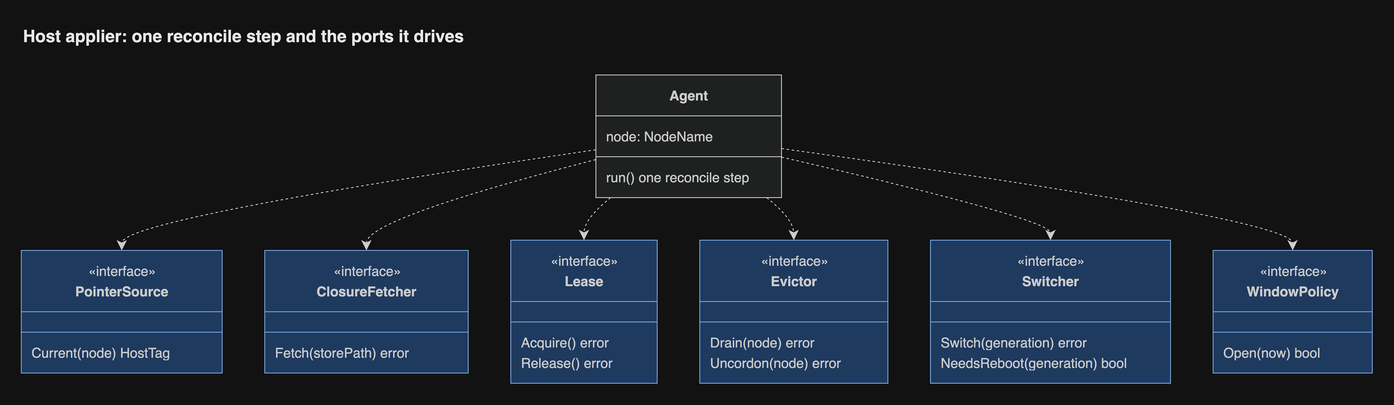
Above: docs/diagrams/png/host-applier.png in JorisJonkers-dev/estate-kit (draw.io), before the change. Source tidied: cells renumbered, new cells last; positions are measured from the earlier drawing's top-left corner, leaving out a move shared by most shapes.
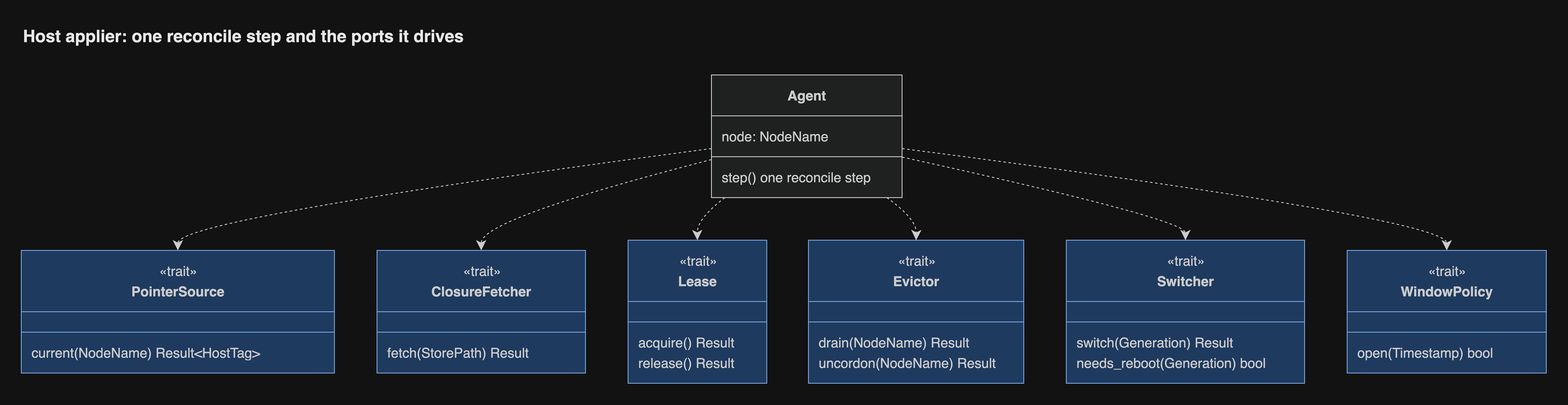
Above is the later version.

What changed in the source:
```diff
@@ -3,142 +3,142 @@
     <mxCell id="0" />
     <mxCell id="1" parent="0" />
     <mxCell id="2" value="&lt;b&gt;Agent&lt;/b&gt;" style="swimlane;html=1;fontStyle=1;fontSize=16;align=center;verticalAlign=middle;horizontal=1;startSize=48;swimlaneFillColor=light-dark(#ECECFF,#1f2020);whiteSpace=wrap;fillColor=light-dark(#ECECFF,#1f2020);strokeColor=light-dark(#9370DB,#cccccc);fontColor=light-dark(#333333,#cccccc);fontFamily=Helvetica;" parent="1" vertex="1">
-      <mxGeometry x="675" y="64" width="218" height="144" as="geometry" />
+      <mxGeometry x="811" y="64" width="224" height="144" as="geometry" />
     </mxCell>
     <mxCell id="3" value="node: NodeName" style="text;fontSize=16;strokeColor=none;fillColor=none;align=left;verticalAlign=middle;spacingLeft=10;spacingRight=12;spacingBottom=2;overflow=hidden;fontColor=light-dark(#333333,#cccccc);fontFamily=Helvetica;" parent="2" vertex="1">
-      <mxGeometry y="60" width="218" height="24" as="geometry" />
+      <mxGeometry y="60" width="224" height="24" as="geometry" />
     </mxCell>
     <mxCell id="4" style="line;strokeWidth=1;fillColor=none;spacingLeft=3;spacingRight=3;strokeColor=inherit;fontFamily=Helvetica;" parent="2" vertex="1">
-      <mxGeometry y="84" width="218" height="24" as="geometry" />
+      <mxGeometry y="84" width="224" height="24" as="geometry" />
     </mxCell>
-    <mxCell id="5" value="run() one reconcile step" style="text;fontSize=16;strokeColor=none;fillColor=none;align=left;verticalAlign=middle;spacingLeft=10;spacingRight=12;spacingBottom=2;overflow=hidden;fontColor=light-dark(#333333,#cccccc);fontFamily=Helvetica;" parent="2" vertex="1">
-      <mxGeometry y="108" width="218" height="24" as="geometry" />
+    <mxCell id="5" value="step() one reconcile step" style="text;fontSize=16;strokeColor=none;fillColor=none;align=left;verticalAlign=middle;spacingLeft=10;spacingRight=12;spacingBottom=2;overflow=hidden;fontColor=light-dark(#333333,#cccccc);fontFamily=Helvetica;" parent="2" vertex="1">
+      <mxGeometry y="108" width="224" height="24" as="geometry" />
     </mxCell>
     <mxCell id="6" value="&lt;b&gt;PointerSource&lt;/b&gt;" style="swimlane;html=1;fontStyle=1;fontSize=16;align=center;verticalAlign=middle;horizontal=1;startSize=72;swimlaneFillColor=light-dark(#dae8fc,#1f3a5f);whiteSpace=wrap;spacingTop=24;fillColor=light-dark(#dae8fc,#1f3a5f);strokeColor=light-dark(#6c8ebf,#7aa7e0);fontColor=light-dark(#333333,#cccccc);fontFamily=Helvetica;" parent="1" vertex="1">
-      <mxGeometry y="270" width="236" height="144" as="geometry" />
+      <mxGeometry y="270" width="368" height="144" as="geometry" />
     </mxCell>
-    <mxCell id="7" value="«interface»" style="text;html=1;strokeColor=none;fillColor=none;align=center;verticalAlign=middle;fontSize=16;fontColor=light-dark(#333333,#cccccc);fontFamily=Helvetica;" parent="6" vertex="1">
-      <mxGeometry y="12" width="236" height="24" as="geometry" />
+    <mxCell id="7" value="«trait»" style="text;html=1;strokeColor=none;fillColor=none;align=center;verticalAlign=middle;fontSize=16;fontColor=light-dark(#333333,#cccccc);fontFamily=Helvetica;" parent="6" vertex="1">
+      <mxGeometry y="12" width="368" height="24" as="geometry" />
     </mxCell>
     <mxCell id="8" style="line;strokeWidth=1;fillColor=none;spacingLeft=3;spacingRight=3;strokeColor=inherit;fontFamily=Helvetica;" parent="6" vertex="1">
-      <mxGeometry y="84" width="236" height="24" as="geometry" />
+      <mxGeometry y="84" width="368" height="24" as="geometry" />
     </mxCell>
-    <mxCell id="9" value="Current(node) HostTag" style="text;fontSize=16;strokeColor=none;fillColor=none;align=left;verticalAlign=middle;spacingLeft=10;spacingRight=12;spacingBottom=2;overflow=hidden;fontColor=light-dark(#333333,#cccccc);fontFamily=Helvetica;" parent="6" vertex="1">
-      <mxGeometry y="108" width="236" height="24" as="geometry" />
+    <mxCell id="9" value="current(NodeName) Result&lt;HostTag&gt;" style="text;fontSize=16;strokeColor=none;fillColor=none;align=left;verticalAlign=middle;spacingLeft=10;spacingRight=12;spacingBottom=2;overflow=hidden;fontColor=light-dark(#333333,#cccccc);fontFamily=Helvetica;" parent="6" vertex="1">
+      <mxGeometry y="108" width="368" height="24" as="geometry" />
     </mxCell>
     <mxCell id="10" value="&lt;b&gt;ClosureFetcher&lt;/b&gt;" style="swimlane;html=1;fontStyle=1;fontSize=16;align=center;verticalAlign=middle;horizontal=1;startSize=72;swimlaneFillColor=light-dark(#dae8fc,#1f3a5f);whiteSpace=wrap;spacingTop=24;fillColor=light-dark(#dae8fc,#1f3a5f);strokeColor=light-dark(#6c8ebf,#7aa7e0);fontColor=light-dark(#333333,#cccccc);fontFamily=Helvetica;" parent="1" vertex="1">
-      <mxGeometry x="286" y="270" width="239" height="144" as="geometry" />
+      <mxGeometry x="418" y="270" width="245" height="144" as="geometry" />
     </mxCell>
-    <mxCell id="11" value="«interface»" style="text;html=1;strokeColor=none;fillColor=none;align=center;verticalAlign=middle;fontSize=16;fontColor=light-dark(#333333,#cccccc);fontFamily=Helvetica;" parent="10" vertex="1">
-      <mxGeometry y="12" width="239" height="24" as="geometry" />
+    <mxCell id="11" value="«trait»" style="text;html=1;strokeColor=none;fillColor=none;align=center;verticalAlign=middle;fontSize=16;fontColor=light-dark(#333333,#cccccc);fontFamily=Helvetica;" parent="10" vertex="1">
+      <mxGeometry y="12" width="245" height="24" as="geometry" />
     </mxCell>
     <mxCell id="12" style="line;strokeWidth=1;fillColor=none;spacingLeft=3;spacingRight=3;strokeColor=inherit;fontFamily=Helvetica;" parent="10" vertex="1">
-      <mxGeometry y="84" width="239" height="24" as="geometry" />
+      <mxGeometry y="84" width="245" height="24" as="geometry" />
     </mxCell>
-    <mxCell id="13" value="Fetch(storePath) error" style="text;fontSize=16;strokeColor=none;fillColor=none;align=left;verticalAlign=middle;spacingLeft=10;spacingRight=12;spacingBottom=2;overflow=hidden;fontColor=light-dark(#333333,#cccccc);fontFamily=Helvetica;" parent="10" vertex="1">
-      <mxGeometry y="108" width="239" height="24" as="geometry" />
+    <mxCell id="13" value="fetch(StorePath) Result" style="text;fontSize=16;strokeColor=none;fillColor=none;align=left;verticalAlign=middle;spacingLeft=10;spacingRight=12;spacingBottom=2;overflow=hidden;fontColor=light-dark(#333333,#cccccc);fontFamily=Helvetica;" parent="10" vertex="1">
+      <mxGeometry y="108" width="245" height="24" as="geometry" />
     </mxCell>
     <mxCell id="14" value="&lt;b&gt;Lease&lt;/b&gt;" style="swimlane;html=1;fontStyle=1;fontSize=16;align=center;verticalAlign=middle;horizontal=1;startSize=72;swimlaneFillColor=light-dark(#dae8fc,#1f3a5f);whiteSpace=wrap;spacingTop=24;fillColor=light-dark(#dae8fc,#1f3a5f);strokeColor=light-dark(#6c8ebf,#7aa7e0);fontColor=light-dark(#333333,#cccccc);fontFamily=Helvetica;" parent="1" vertex="1">
-      <mxGeometry x="575" y="258" width="172" height="168" as="geometry" />
+      <mxGeometry x="713" y="258" width="163" height="168" as="geometry" />
     </mxCell>
-    <mxCell id="15" value="«interface»" style="text;html=1;strokeColor=none;fillColor=none;align=center;verticalAlign=middle;fontSize=16;fontColor=light-dark(#333333,#cccccc);fontFamily=Helvetica;" parent="14" vertex="1">
-      <mxGeometry y="12" width="172" height="24" as="geometry" />
+    <mxCell id="15" value="«trait»" style="text;html=1;strokeColor=none;fillColor=none;align=center;verticalAlign=middle;fontSize=16;fontColor=light-dark(#333333,#cccccc);fontFamily=Helvetica;" parent="14" vertex="1">
+      <mxGeometry y="12" width="163" height="24" as="geometry" />
     </mxCell>
     <mxCell id="16" style="line;strokeWidth=1;fillColor=none;spacingLeft=3;spacingRight=3;strokeColor=inherit;fontFamily=Helvetica;" parent="14" vertex="1">
-      <mxGeometry y="84" width="172" height="24" as="geometry" />
+      <mxGeometry y="84" width="163" height="24" as="geometry" />
     </mxCell>
-    <mxCell id="17" value="Acquire() error" style="text;fontSize=16;strokeColor=none;fillColor=none;align=left;verticalAlign=middle;spacingLeft=10;spacingRight=12;spacingBottom=2;overflow=hidden;fontColor=light-dark(#333333,#cccccc);fontFamily=Helvetica;" parent="14" vertex="1">
-      <mxGeometry y="108" width="172" height="24" as="geometry" />
+    <mxCell id="17" value="acquire() Result" style="text;fontSize=16;strokeColor=none;fillColor=none;align=left;verticalAlign=middle;spacingLeft=10;spacingRight=12;spacingBottom=2;overflow=hidden;fontColor=light-dark(#333333,#cccccc);fontFamily=Helvetica;" parent="14" vertex="1">
+      <mxGeometry y="108" width="163" height="24" as="geometry" />
     </mxCell>
-    <mxCell id="18" value="Release() error" style="text;fontSize=16;strokeColor=none;fillColor=none;align=left;verticalAlign=middle;spacingLeft=10;spacingRight=12;spacingBottom=2;overflow=hidden;fontColor=light-dark(#333333,#cccccc);fontFamily=Helvetica;" parent="14" vertex="1">
-      <mxGeometry y="132" width="172" height="24" as="geometry" />
+    <mxCell id="18" value="release() Result" style="text;fontSize=16;strokeColor=none;fillColor=none;align=left;verticalAlign=middle;spacingLeft=10;spacingRight=12;spacingBottom=2;overflow=hidden;fontColor=light-dark(#333333,#cccccc);fontFamily=Helvetica;" parent="14" vertex="1">
+      <mxGeometry y="132" width="163" height="24" as="geometry" />
     </mxCell>
     <mxCell id="19" value="&lt;b&gt;Evictor&lt;/b&gt;" style="swimlane;html=1;fontStyle=1;fontSize=16;align=center;verticalAlign=middle;horizontal=1;startSize=72;swimlaneFillColor=light-dark(#dae8fc,#1f3a5f);whiteSpace=wrap;spacingTop=24;fillColor=light-dark(#dae8fc,#1f3a5f);strokeColor=light-dark(#6c8ebf,#7aa7e0);fontColor=light-dark(#333333,#cccccc);fontFamily=Helvetica;" parent="1" vertex="1">
-      <mxGeometry x="797" y="258" width="221" height="168" as="geometry" />
+      <mxGeometry x="925" y="258" width="253" height="168" as="geometry" />
     </mxCell>
-    <mxCell id="20" value="«interface»" style="text;html=1;strokeColor=none;fillColor=none;align=center;verticalAlign=middle;fontSize=16;fontColor=light-dark(#333333,#cccccc);fontFamily=Helvetica;" parent="19" vertex="1">
-      <mxGeometry y="12" width="221" height="24" as="geometry" />
+    <mxCell id="20" value="«trait»" style="text;html=1;strokeColor=none;fillColor=none;align=center;verticalAlign=middle;fontSize=16;fontColor=light-dark(#333333,#cccccc);fontFamily=Helvetica;" parent="19" vertex="1">
+      <mxGeometry y="12" width="253" height="24" as="geometry" />
     </mxCell>
     <mxCell id="21" style="line;strokeWidth=1;fillColor=none;spacingLeft=3;spacingRight=3;strokeColor=inherit;fontFamily=Helvetica;" parent="19" vertex="1">
-      <mxGeometry y="84" width="221" height="24" as="geometry" />
+      <mxGeometry y="84" width="253" height="24" as="geometry" />
     </mxCell>
-    <mxCell id="22" value="Drain(node) error" style="text;fontSize=16;strokeColor=none;fillColor=none;align=left;verticalAlign=middle;spacingLeft=10;spacingRight=12;spacingBottom=2;overflow=hidden;fontColor=light-dark(#333333,#cccccc);fontFamily=Helvetica;" parent="19" vertex="1">
-      <mxGeometry y="108" width="221" height="24" as="geometry" />
+    <mxCell id="22" value="drain(NodeName) Result" style="text;fontSize=16;strokeColor=none;fillColor=none;align=left;verticalAlign=middle;spacingLeft=10;spacingRight=12;spacingBottom=2;overflow=hidden;fontColor=light-dark(#333333,#cccccc);fontFamily=Helvetica;" parent="19" vertex="1">
+      <mxGeometry y="108" width="253" height="24" as="geometry" />
     </mxCell>
-    <mxCell id="23" value="Uncordon(node) error" style="text;fontSize=16;strokeColor=none;fillColor=none;align=left;verticalAlign=middle;spacingLeft=10;spacingRight=12;spacingBottom=2;overflow=hidden;fontColor=light-dark(#333333,#cccccc);fontFamily=Helvetica;" parent="19" vertex="1">
-      <mxGeometry y="132" width="221" height="24" as="geometry" />
+    <mxCell id="23" value="uncordon(NodeName) Result" style="text;fontSize=16;strokeColor=none;fillColor=none;align=left;verticalAlign=middle;spacingLeft=10;spacingRight=12;spacingBottom=2;overflow=hidden;fontColor=light-dark(#333333,#cccccc);fontFamily=Helvetica;" parent="19" vertex="1">
+      <mxGeometry y="132" width="253" height="24" as="geometry" />
     </mxCell>
     <mxCell id="24" value="&lt;b&gt;Switcher&lt;/b&gt;" style="swimlane;html=1;fontStyle=1;fontSize=16;align=center;verticalAlign=middle;horizontal=1;startSize=72;swimlaneFillColor=light-dark(#dae8fc,#1f3a5f);whiteSpace=wrap;spacingTop=24;fillColor=light-dark(#dae8fc,#1f3a5f);strokeColor=light-dark(#6c8ebf,#7aa7e0);fontColor=light-dark(#333333,#cccccc);fontFamily=Helvetica;" parent="1" vertex="1">
-      <mxGeometry x="1068" y="258" width="282" height="168" as="geometry" />
+      <mxGeometry x="1228" y="258" width="280" height="168" as="geometry" />
     </mxCell>
-    <mxCell id="25" value="«interface»" style="text;html=1;strokeColor=none;fillColor=none;align=center;verticalAlign=middle;fontSize=16;fontColor=light-dark(#333333,#cccccc);fontFamily=Helvetica;" parent="24" vertex="1">
-      <mxGeometry y="12" width="282" height="24" as="geometry" />
+    <mxCell id="25" value="«trait»" style="text;html=1;strokeColor=none;fillColor=none;align=center;verticalAlign=middle;fontSize=16;fontColor=light-dark(#333333,#cccccc);fontFamily=Helvetica;" parent="24" vertex="1">
+      <mxGeometry y="12" width="280" height="24" as="geometry" />
     </mxCell>
     <mxCell id="26" style="line;strokeWidth=1;fillColor=none;spacingLeft=3;spacingRight=3;strokeColor=inherit;fontFamily=Helvetica;" parent="24" vertex="1">
-      <mxGeometry y="84" width="282" height="24" as="geometry" />
+      <mxGeometry y="84" width="280" height="24" as="geometry" />
     </mxCell>
-    <mxCell id="27" value="Switch(generation) error" style="text;fontSize=16;strokeColor=none;fillColor=none;align=left;verticalAlign=middle;spacingLeft=10;spacingRight=12;spacingBottom=2;overflow=hidden;fontColor=light-dark(#333333,#cccccc);fontFamily=Helvetica;" parent="24" vertex="1">
-      <mxGeometry y="108" width="282" height="24" as="geometry" />
+    <mxCell id="27" value="switch(Generation) Result" style="text;fontSize=16;strokeColor=none;fillColor=none;align=left;verticalAlign=middle;spacingLeft=10;spacingRight=12;spacingBottom=2;overflow=hidden;fontColor=light-dark(#333333,#cccccc);fontFamily=Helvetica;" parent="24" vertex="1">
+      <mxGeometry y="108" width="280" height="24" as="geometry" />
     </mxCell>
-    <mxCell id="28" value="NeedsReboot(generation) bool" style="text;fontSize=16;strokeColor=none;fillColor=none;align=left;verticalAlign=middle;spacingLeft=10;spacingRight=12;spacingBottom=2;overflow=hidden;fontColor=light-dark(#333333,#cccccc);fontFamily=Helvetica;" parent="24" vertex="1">
-      <mxGeometry y="132" width="282" height="24" as="geometry" />
+    <mxCell id="28" value="needs_reboot(Generation) bool" style="text;fontSize=16;strokeColor=none;fillColor=none;align=left;verticalAlign=middle;spacingLeft=10;spacingRight=12;spacingBottom=2;overflow=hidden;fontColor=light-dark(#333333,#cccccc);fontFamily=Helvetica;" parent="24" vertex="1">
+      <mxGeometry y="132" width="280" height="24" as="geometry" />
     </mxCell>
     <mxCell id="29" value="&lt;b&gt;WindowPolicy&lt;/b&gt;" style="swimlane;html=1;fontStyle=1;fontSize=16;align=center;verticalAlign=middle;horizontal=1;startSize=72;swimlaneFillColor=light-dark(#dae8fc,#1f3a5f);whiteSpace=wrap;spacingTop=24;fillColor=light-dark(#dae8fc,#1f3a5f);strokeColor=light-dark(#6c8ebf,#7aa7e0);fontColor=light-dark(#333333,#cccccc);fontFamily=Helvetica;" parent="1" vertex="1">
-      <mxGeometry x="1400" y="270" width="187" height="144" as="geometry" />
+      <mxGeometry x="1558" y="270" width="234" height="144" as="geometry" />
     </mxCell>
-    <mxCell id="30" value="«interface»" style="text;html=1;strokeColor=none;fillColor=none;align=center;verticalAlign=middle;fontSize=16;fontColor=light-dark(#333333,#cccccc);fontFamily=Helvetica;" parent="29" vertex="1">
-      <mxGeometry y="12" width="187" height="24" as="geometry" />
+    <mxCell id="30" value="«trait»" style="text;html=1;strokeColor=none;fillColor=none;align=center;verticalAlign=middle;fontSize=16;fontColor=light-dark(#333333,#cccccc);fontFamily=Helvetica;" parent="29" vertex="1">
+      <mxGeometry y="12" width="234" height="24" as="geometry" />
     </mxCell>
     <mxCell id="31" style="line;strokeWidth=1;fillColor=none;spacingLeft=3;spacingRight=3;strokeColor=inherit;fontFamily=Helvetica;" parent="29" vertex="1">
-      <mxGeometry y="84" width="187" height="24" as="geometry" />
+      <mxGeometry y="84" width="234" height="24" as="geometry" />
     </mxCell>
-    <mxCell id="32" value="Open(now) bool" style="text;fontSize=16;strokeColor=none;fillColor=none;align=left;verticalAlign=middle;spacingLeft=10;spacingRight=12;spacingBottom=2;overflow=hidden;fontColor=light-dark(#333333,#cccccc);fontFamily=Helvetica;" parent="29" vertex="1">
-      <mxGeometry y="108" width="187" height="24" as="geometry" />
+    <mxCell id="32" value="open(Timestamp) bool" style="text;fontSize=16;strokeColor=none;fillColor=none;align=left;verticalAlign=middle;spacingLeft=10;spacingRight=12;spacingBottom=2;overflow=hidden;fontColor=light-dark(#333333,#cccccc);fontFamily=Helvetica;" parent="29" vertex="1">
+      <mxGeometry y="108" width="234" height="24" as="geometry" />
     </mxCell>
-    <mxCell id="33" style="curved=1;dashed=1;startArrow=none;endArrow=classic;endSize=9;strokeColor=light-dark(#333333,#cccccc);exitX=0;exitY=0.61;entryX=0.5;entryY=0;fixDash=1;fontFamily=Helvetica;" parent="1" edge="1" source="2" target="6">
+    <mxCell id="33" style="curved=1;dashed=1;startArrow=none;endArrow=classic;endSize=9;strokeColor=light-dark(#333333,#cccccc);exitX=0;exitY=0.6;entryX=0.5;entryY=0;fixDash=1;fontFamily=Helvetica;" parent="1" edge="1" source="2" target="6">
       <mxGeometry relative="1" as="geometry">
         <Array as="points">
-          <mxPoint x="118" y="233" />
+          <mxPoint x="184" y="233" />
         </Array>
       </mxGeometry>
     </mxCell>
     <mxCell id="34" style="curved=1;dashed=1;startArrow=none;endArrow=classic;endSize=9;strokeColor=light-dark(#333333,#cccccc);exitX=0;exitY=0.69;entryX=0.5;entryY=0;fixDash=1;fontFamily=Helvetica;" parent="1" edge="1" source="2" target="10">
       <mxGeometry relative="1" as="geometry">
         <Array as="points">
-          <mxPoint x="405" y="233" />
+          <mxPoint x="540" y="233" />
         </Array>
       </mxGeometry>
     </mxCell>
-    <mxCell id="35" style="curved=1;dashed=1;startArrow=none;endArrow=classic;endSize=9;strokeColor=light-dark(#333333,#cccccc);exitX=0.08;exitY=1;entryX=0.5;entryY=0;fixDash=1;fontFamily=Helvetica;" parent="1" edge="1" source="2" target="14">
+    <mxCell id="35" style="curved=1;dashed=1;startArrow=none;endArrow=classic;endSize=9;strokeColor=light-dark(#333333,#cccccc);exitX=0.07;exitY=1;entryX=0.5;entryY=0;fixDash=1;fontFamily=Helvetica;" parent="1" edge="1" source="2" target="14">
       <mxGeometry relative="1" as="geometry">
         <Array as="points">
-          <mxPoint x="661" y="233" />
+          <mxPoint x="794" y="233" />
         </Array>
       </mxGeometry>
     </mxCell>
     <mxCell id="36" style="curved=1;dashed=1;startArrow=none;endArrow=classic;endSize=9;strokeColor=light-dark(#333333,#cccccc);exitX=0.92;exitY=1;entryX=0.5;entryY=0;fixDash=1;fontFamily=Helvetica;" parent="1" edge="1" source="2" target="19">
       <mxGeometry relative="1" as="geometry">
         <Array as="points">
-          <mxPoint x="907" y="233" />
+          <mxPoint x="1052" y="233" />
         </Array>
       </mxGeometry>
     </mxCell>
     <mxCell id="37" style="curved=1;dashed=1;startArrow=none;endArrow=classic;endSize=9;strokeColor=light-dark(#333333,#cccccc);exitX=1;exitY=0.67;entryX=0.5;entryY=0;fixDash=1;fontFamily=Helvetica;" parent="1" edge="1" source="2" target="24">
       <mxGeometry relative="1" as="geometry">
         <Array as="points">
-          <mxPoint x="1209" y="233" />
+          <mxPoint x="1368" y="233" />
         </Array>
       </mxGeometry>
     </mxCell>
     <mxCell id="38" style="curved=1;dashed=1;startArrow=none;endArrow=classic;endSize=9;strokeColor=light-dark(#333333,#cccccc);exitX=1;exitY=0.6;entryX=0.5;entryY=0;fixDash=1;fontFamily=Helvetica;" parent="1" edge="1" source="2" target="29">
       <mxGeometry relative="1" as="geometry">
         <Array as="points">
-          <mxPoint x="1493" y="233" />
+          <mxPoint x="1675" y="233" />
         </Array>
       </mxGeometry>
     </mxCell>
     <mxCell id="39" value="Host applier: one reconcile step and the ports it drives" style="text;html=1;whiteSpace=wrap;align=left;verticalAlign=middle;fontSize=20;fontStyle=1;fontColor=light-dark(#1a1a1a,#e8e8e8);fontFamily=Helvetica;" parent="1" vertex="1">
-      <mxGeometry width="1587" height="36" as="geometry" />
+      <mxGeometry width="1792" height="36" as="geometry" />
     </mxCell>
   </root>
 </mxGraphModel>
```
